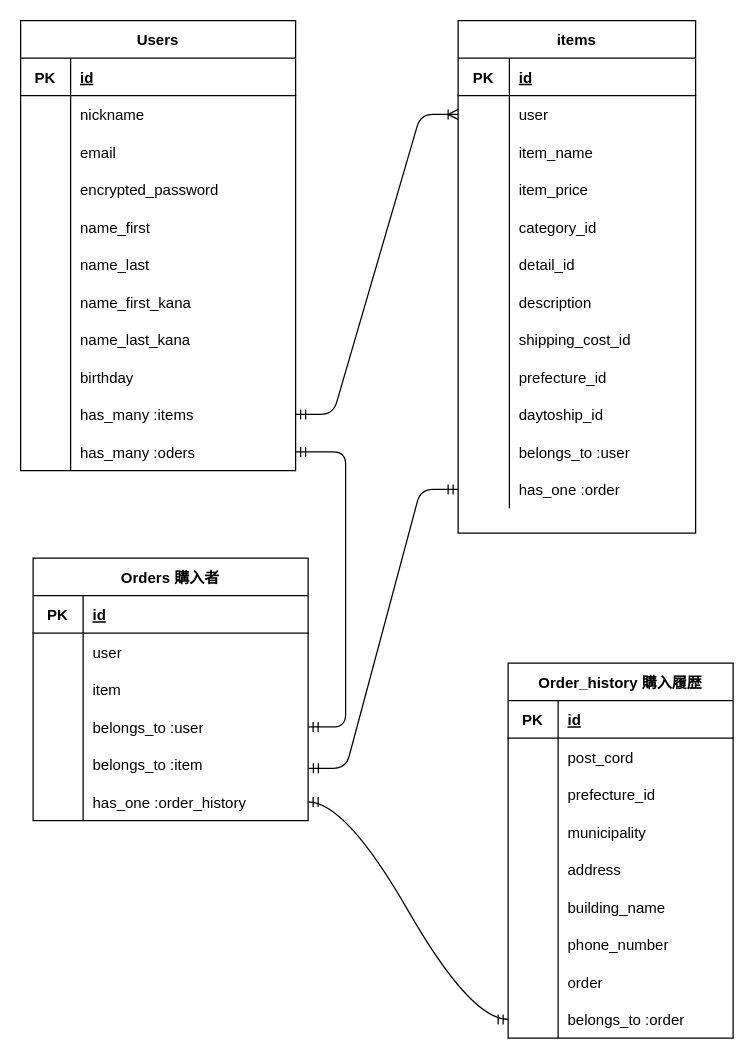
Above: erpct.dio in mgm1227/furima-37140 (draw.io), before the change. Source tidied: cells renumbered, new cells numbered last; positions are measured from the earlier drawing's top-left corner, leaving out a move shared by most shapes. Both pictures are drawn from the tidied source at 125%, with x=0, y=0 at pixel (20, 20).
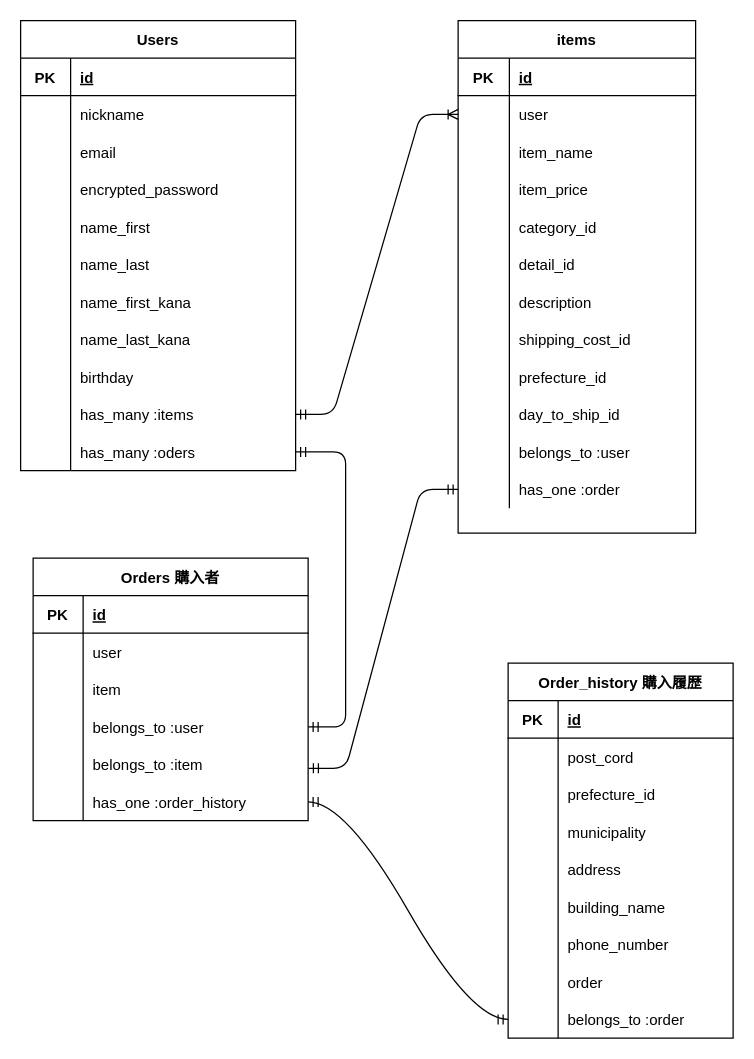
The same page after the edit.

Commit message (it also covers changes not shown here):
ER図_訂正4訂正不足

Unchanged cells that the change refers to:
```xml
<mxCell id="64" style="shape=partialRectangle;fillColor=none;top=0;left=0;bottom=0;right=0;" parent="36" vertex="1">
  <mxGeometry y="300" width="190" height="30" as="geometry" />
</mxCell>
```

The edit, as a diff of the source:
```diff
@@
-    <mxCell id="66" value="daytoship_id" style="shape=partialRectangle;fillColor=none;top=0;left=0;bottom=0;right=0;align=left;spacingLeft=6;overflow=hidden;" parent="64" vertex="1">
+    <mxCell id="66" value="day_to_ship_id" style="shape=partialRectangle;fillColor=none;top=0;left=0;bottom=0;right=0;align=left;spacingLeft=6;overflow=hidden;" parent="64" vertex="1">
       <mxGeometry x="41" width="149" height="30" as="geometry" />
     </mxCell>
```
